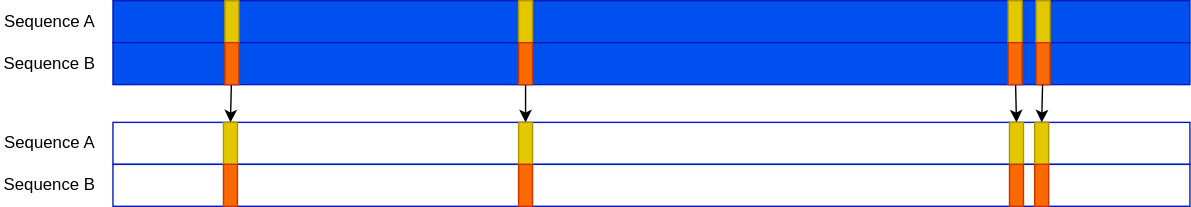
The draw.io diagram images/similar_regions.drawio.svg in khiron/dBGAlignSlides, before a commit. Source tidied: cells renumbered, new cells last; positions are measured from the earlier drawing's top-left corner, leaving out a move shared by most shapes.
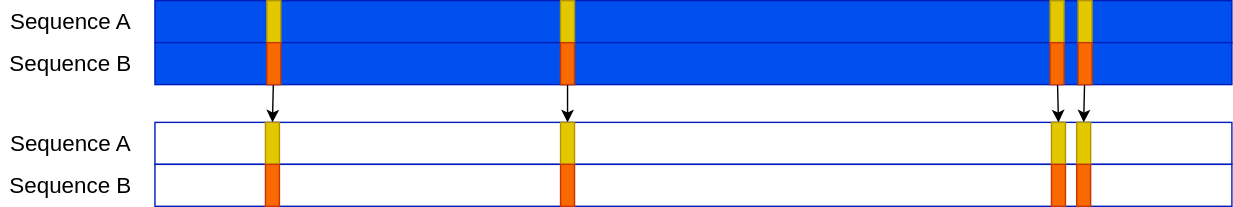
Later version of the same file.

The edit, as a diff of the source:
```diff
@@ -11,14 +11,14 @@
     <mxCell id="4" style="rounded=0;whiteSpace=wrap;html=1;fillColor=#0050ef;fontColor=#ffffff;strokeColor=#001DBC;" parent="1" vertex="1">
       <mxGeometry x="80" width="770" height="30" as="geometry" />
     </mxCell>
-    <mxCell id="5" value="Sequence A" style="text;html=1;strokeColor=none;fillColor=none;align=center;verticalAlign=middle;whiteSpace=wrap;rounded=0;" parent="1" vertex="1">
-      <mxGeometry width="70" height="30" as="geometry" />
+    <mxCell id="5" value="Sequence A" style="text;html=1;strokeColor=none;fillColor=none;align=center;verticalAlign=middle;whiteSpace=wrap;rounded=0;fontSize=16;" parent="1" vertex="1">
+      <mxGeometry x="-30" width="100" height="30" as="geometry" />
     </mxCell>
     <mxCell id="6" style="rounded=0;whiteSpace=wrap;html=1;fillColor=#0050ef;fontColor=#ffffff;strokeColor=#001DBC;" parent="1" vertex="1">
       <mxGeometry x="80" y="30" width="770" height="30" as="geometry" />
     </mxCell>
-    <mxCell id="7" value="Sequence B" style="text;html=1;strokeColor=none;fillColor=none;align=center;verticalAlign=middle;whiteSpace=wrap;rounded=0;" parent="1" vertex="1">
-      <mxGeometry y="30" width="70" height="30" as="geometry" />
+    <mxCell id="7" value="Sequence B" style="text;html=1;strokeColor=none;fillColor=none;align=center;verticalAlign=middle;whiteSpace=wrap;rounded=0;fontSize=16;" parent="1" vertex="1">
+      <mxGeometry x="-30" y="30" width="100" height="30" as="geometry" />
     </mxCell>
     <mxCell id="8" style="rounded=0;whiteSpace=wrap;html=1;fillColor=#e3c800;fontColor=#000000;strokeColor=#B09500;" parent="1" vertex="1">
       <mxGeometry x="160" width="10" height="30" as="geometry" />
@@ -80,11 +80,11 @@
     <mxCell id="27" style="rounded=0;whiteSpace=wrap;html=1;fillColor=#fa6800;strokeColor=#C73500;fontColor=#000000;" parent="1" vertex="1">
       <mxGeometry x="739" y="117" width="10" height="30" as="geometry" />
     </mxCell>
-    <mxCell id="28" value="Sequence A" style="text;html=1;strokeColor=none;fillColor=none;align=center;verticalAlign=middle;whiteSpace=wrap;rounded=0;" parent="1" vertex="1">
-      <mxGeometry y="87" width="70" height="30" as="geometry" />
+    <mxCell id="28" value="Sequence A" style="text;html=1;strokeColor=none;fillColor=none;align=center;verticalAlign=middle;whiteSpace=wrap;rounded=0;fontSize=16;" parent="1" vertex="1">
+      <mxGeometry x="-30" y="87" width="100" height="30" as="geometry" />
     </mxCell>
-    <mxCell id="29" value="Sequence B" style="text;html=1;strokeColor=none;fillColor=none;align=center;verticalAlign=middle;whiteSpace=wrap;rounded=0;" parent="1" vertex="1">
-      <mxGeometry y="117" width="70" height="30" as="geometry" />
+    <mxCell id="29" value="Sequence B" style="text;html=1;strokeColor=none;fillColor=none;align=center;verticalAlign=middle;whiteSpace=wrap;rounded=0;fontSize=16;" parent="1" vertex="1">
+      <mxGeometry x="-30" y="117" width="100" height="30" as="geometry" />
     </mxCell>
   </root>
 </mxGraphModel>
```
